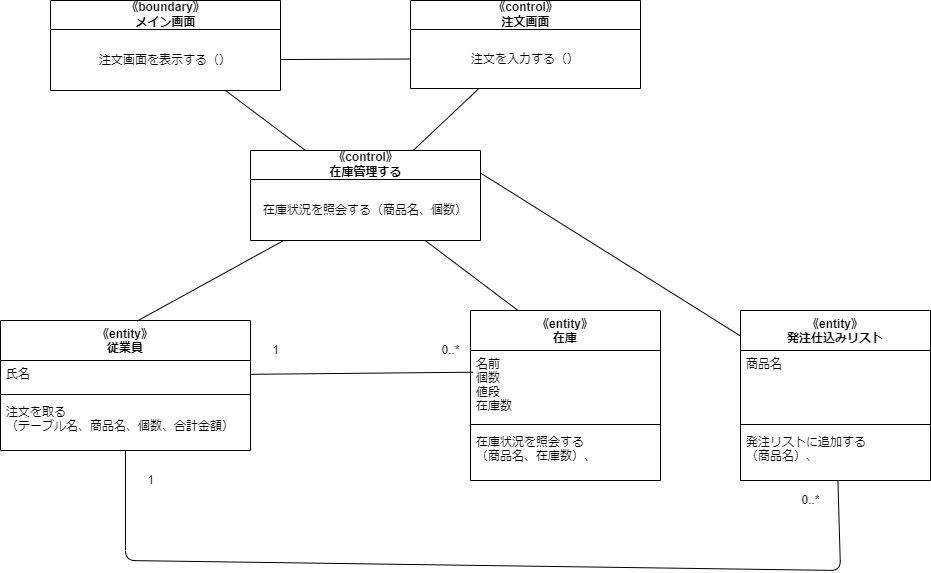
Before: psp4/分析モデルのクラス図/分析モデルクラス図_オーダー.drawio.png, a diagram exported from draw.io (MasakiHiguchi/---). Source tidied: cells renumbered, new cells last; positions are measured from the earlier drawing's top-left corner, leaving out a move shared by most shapes.
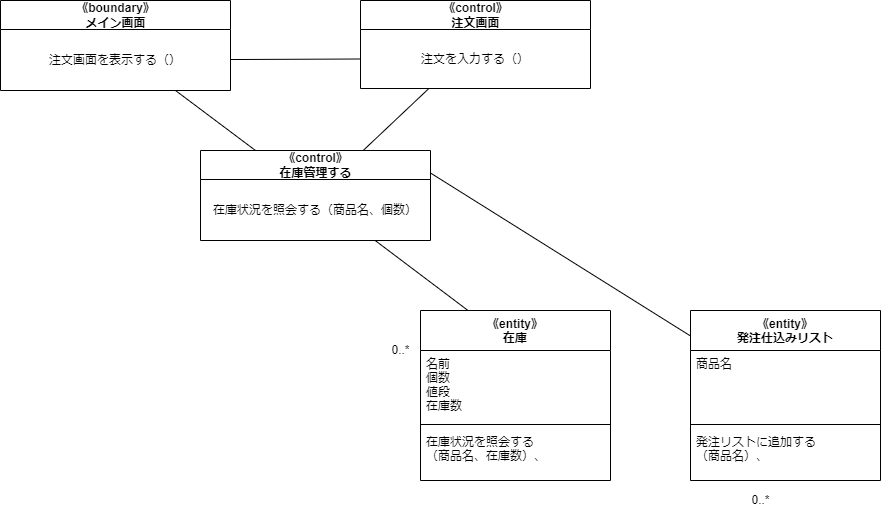
The same diagram one commit later.

What changed in the source:
```diff
@@ -2,18 +2,6 @@
   <root>
     <mxCell id="0" />
     <mxCell id="1" parent="0" />
-    <mxCell id="2" value="《entity》&#10;従業員" style="swimlane;fontStyle=1;align=center;verticalAlign=top;horizontal=1;startSize=40;" parent="1" vertex="1">
-      <mxGeometry y="320" width="250" height="130" as="geometry" />
-    </mxCell>
-    <mxCell id="3" value="氏名" style="text;strokeColor=none;fillColor=none;align=left;verticalAlign=top;spacingLeft=4;spacingRight=4;overflow=hidden;points=[[0,0.5],[1,0.5]];portConstraint=eastwest;" parent="2" vertex="1">
-      <mxGeometry y="40" width="250" height="30" as="geometry" />
-    </mxCell>
-    <mxCell id="4" style="line;strokeWidth=1;fillColor=none;align=left;verticalAlign=middle;spacingTop=-1;spacingLeft=3;spacingRight=3;labelPosition=right;strokeColor=inherit;" parent="2" vertex="1">
-      <mxGeometry y="70" width="250" height="8" as="geometry" />
-    </mxCell>
-    <mxCell id="5" value="注文を取る&#10;（テーブル名、商品名、個数、合計金額）" style="text;strokeColor=none;fillColor=none;align=left;verticalAlign=top;spacingLeft=4;spacingRight=4;overflow=hidden;" parent="2" vertex="1">
-      <mxGeometry y="78" width="250" height="52" as="geometry" />
-    </mxCell>
     <mxCell id="6" value="《entity》&#10;在庫" style="swimlane;fontStyle=1;align=center;verticalAlign=top;horizontal=1;startSize=40;" parent="1" vertex="1">
       <mxGeometry x="470" y="310" width="190" height="170" as="geometry" />
     </mxCell>
@@ -26,18 +14,9 @@
     <mxCell id="9" value="在庫状況を照会する&#10;（商品名、在庫数）、" style="text;strokeColor=none;fillColor=none;align=left;verticalAlign=top;spacingLeft=4;spacingRight=4;overflow=hidden;" parent="6" vertex="1">
       <mxGeometry y="118" width="190" height="52" as="geometry" />
     </mxCell>
-    <mxCell id="10" style="edgeStyle=none;html=1;entryX=0.013;entryY=0.31;entryDx=0;entryDy=0;entryPerimeter=0;endArrow=none;endFill=0;" parent="1" edge="1" source="3" target="7">
-      <mxGeometry relative="1" as="geometry" />
-    </mxCell>
-    <mxCell id="11" value="1" style="text;html=1;align=center;verticalAlign=middle;strokeColor=none;fillColor=none;" parent="1" vertex="1">
-      <mxGeometry x="260" y="335" width="30" height="30" as="geometry" />
-    </mxCell>
     <mxCell id="12" value="0..*" style="text;html=1;align=center;verticalAlign=middle;strokeColor=none;fillColor=none;" parent="1" vertex="1">
       <mxGeometry x="430" y="335" width="40" height="30" as="geometry" />
     </mxCell>
-    <mxCell id="13" style="edgeStyle=none;html=1;entryX=0.547;entryY=0.004;entryDx=0;entryDy=0;entryPerimeter=0;endArrow=none;endFill=0;" parent="1" edge="1" source="15" target="2">
-      <mxGeometry relative="1" as="geometry" />
-    </mxCell>
     <mxCell id="14" style="edgeStyle=none;html=1;entryX=0.25;entryY=0;entryDx=0;entryDy=0;endArrow=none;endFill=0;" parent="1" edge="1" source="15" target="6">
       <mxGeometry relative="1" as="geometry" />
     </mxCell>
@@ -68,14 +47,6 @@
     <mxCell id="23" style="edgeStyle=none;html=1;entryX=0;entryY=0.5;entryDx=0;entryDy=0;endArrow=none;endFill=0;" parent="1" edge="1" source="19" target="22">
       <mxGeometry relative="1" as="geometry" />
     </mxCell>
-    <mxCell id="24" style="edgeStyle=none;html=1;endArrow=none;endFill=0;" parent="1" edge="1" source="26" target="2">
-      <mxGeometry relative="1" as="geometry">
-        <Array as="points">
-          <mxPoint x="840" y="570" />
-          <mxPoint x="125" y="560" />
-        </Array>
-      </mxGeometry>
-    </mxCell>
     <mxCell id="25" style="edgeStyle=none;html=1;entryX=1;entryY=0.25;entryDx=0;entryDy=0;endArrow=none;endFill=0;" parent="1" edge="1" source="26" target="15">
       <mxGeometry relative="1" as="geometry" />
     </mxCell>
@@ -91,9 +62,6 @@
     <mxCell id="29" value="発注リストに追加する&#10;（商品名）、" style="text;strokeColor=none;fillColor=none;align=left;verticalAlign=top;spacingLeft=4;spacingRight=4;overflow=hidden;" parent="26" vertex="1">
       <mxGeometry y="118" width="190" height="52" as="geometry" />
     </mxCell>
-    <mxCell id="30" value="1" style="text;html=1;align=center;verticalAlign=middle;strokeColor=none;fillColor=none;" parent="1" vertex="1">
-      <mxGeometry x="135" y="465" width="30" height="30" as="geometry" />
-    </mxCell>
     <mxCell id="31" value="0..*" style="text;html=1;align=center;verticalAlign=middle;strokeColor=none;fillColor=none;" parent="1" vertex="1">
       <mxGeometry x="790" y="485" width="40" height="30" as="geometry" />
     </mxCell>
```
